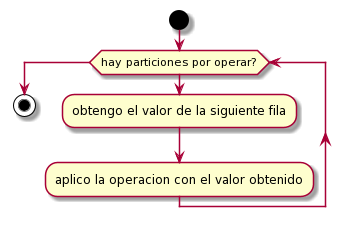
Above: imgs/task_apply_while.png in franvinas/taller1-tp2 (PlantUML), before the change.
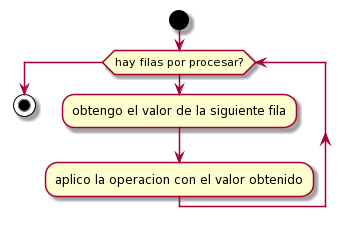
After the change.

Commit message:
Corrijo diagrama

The edit, as a diff of the source:
```diff
@@ -1,7 +1,7 @@
 @startuml
 start
 
-while (hay particiones por operar?)
+while (hay filas por procesar?)
 :obtengo el valor de la siguiente fila;
 :aplico la operacion con el valor obtenido;
 endwhile
```
